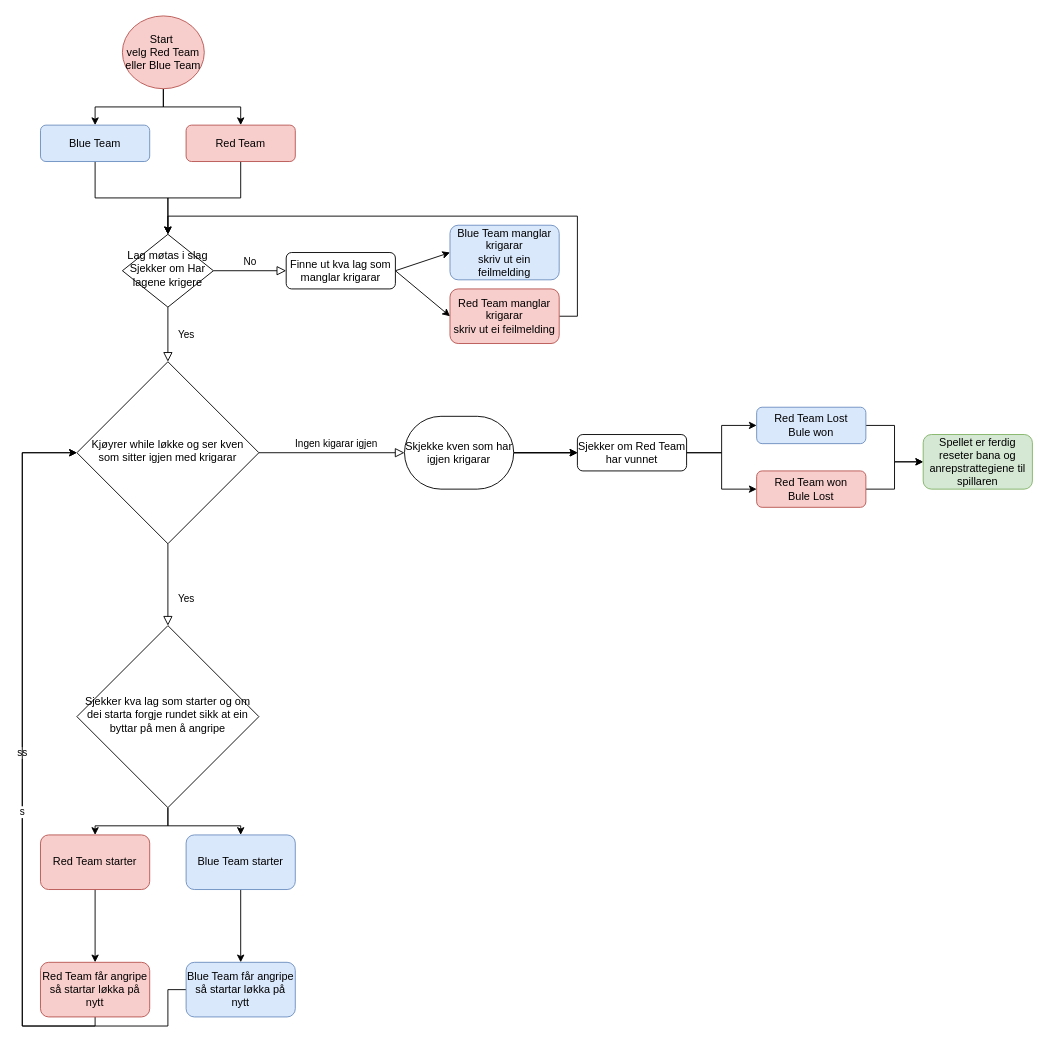
The draw.io diagram page "War game overlaying structure" (1 of 2) of Let_the_War_begin/Flytdiagram/Untitled Diagram.drawio in Newtexas28/IT1, before the edit. Source tidied: cells renumbered, new cells numbered last; positions are measured from the earlier drawing's top-left corner, leaving out a move shared by most shapes. Both pictures are drawn from the tidied source at 91%, with x=0, y=0 at pixel (22, 15).
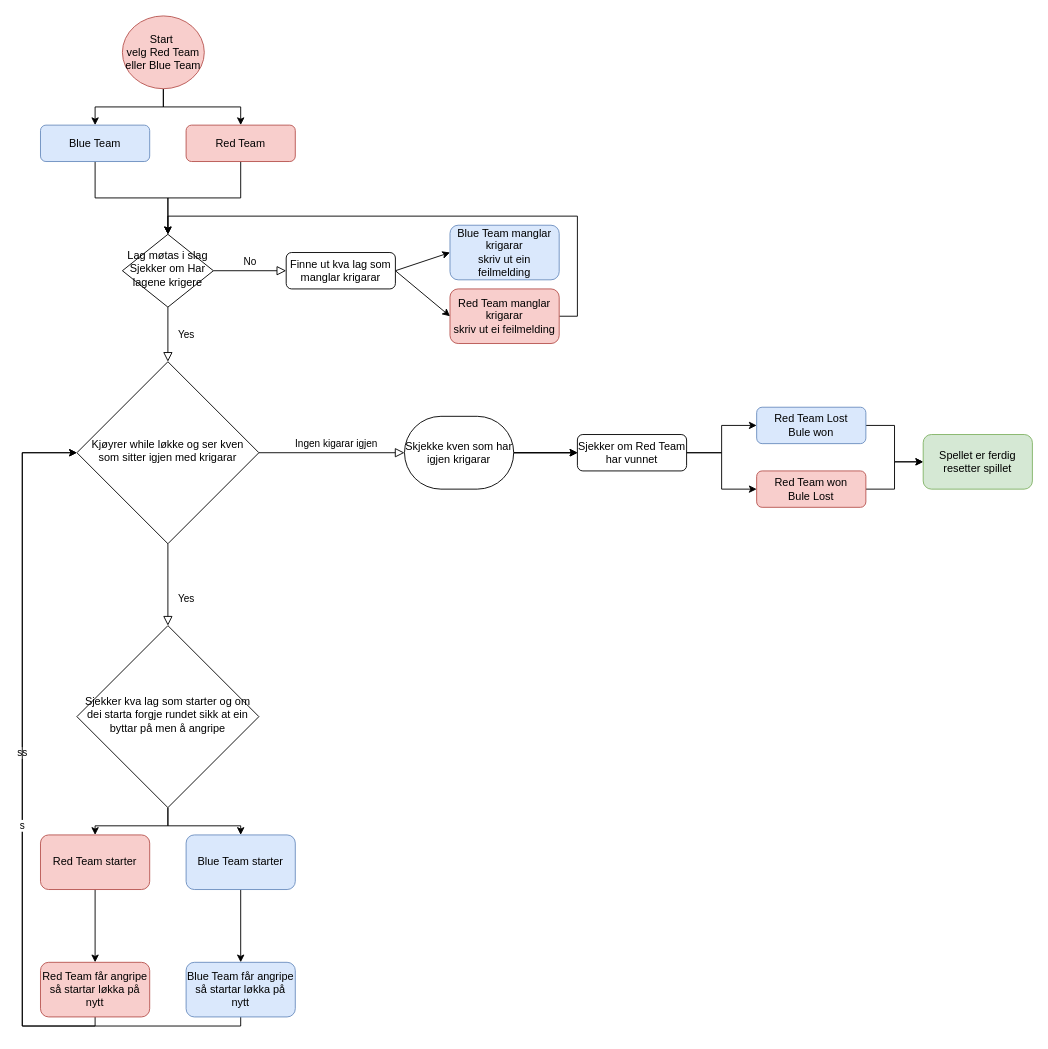
The same diagram, later.

Unchanged cells that the change refers to:
```xml
<mxCell id="33" value="Kjøyrer while løkke og ser kven som sitter igjen med krigarar" style="rhombus;whiteSpace=wrap;html=1;shadow=0;fontFamily=Helvetica;fontSize=12;align=center;strokeWidth=1;spacing=6;spacingTop=-4;" parent="1" vertex="1">
  <mxGeometry x="60" y="380" width="200" height="200" as="geometry" />
</mxCell>
<mxCell id="42" value="Blue Team får angripe&lt;br style=&quot;border-color: var(--border-color);&quot;&gt;så startar løkka på nytt" style="rounded=1;whiteSpace=wrap;html=1;fillColor=#dae8fc;strokeColor=#6c8ebf;" parent="1" vertex="1">
  <mxGeometry x="180" y="1040" width="120" height="60" as="geometry" />
</mxCell>
```

Diff of the diagram source:
```diff
@@
-    <mxCell id="41" value="s" style="edgeStyle=orthogonalEdgeStyle;rounded=0;jettySize=auto;html=1;exitX=0;exitY=0.5;exitDx=0;exitDy=0;entryX=0;entryY=0.5;entryDx=0;entryDy=0;" parent="1" edge="1" source="42" target="33">
+    <mxCell id="41" value="s" style="edgeStyle=orthogonalEdgeStyle;rounded=0;jettySize=auto;html=1;exitX=0.5;exitY=1;exitDx=0;exitDy=0;entryX=0;entryY=0.5;entryDx=0;entryDy=0;" parent="1" edge="1" source="42" target="33">
       <mxGeometry relative="1" as="geometry">
         <Array as="points">
-          <mxPoint x="160" y="1070" />
-          <mxPoint x="160" y="1110" />
+          <mxPoint x="240" y="1110" />
           <mxPoint y="1110" />
           <mxPoint y="480" />
         </Array>
       </mxGeometry>
     </mxCell>
@@
-    <mxCell id="43" value="Spellet er ferdig reseter bana og anrepstrattegiene til spillaren" style="rounded=1;whiteSpace=wrap;html=1;fillColor=#d5e8d4;strokeColor=#82b366;" parent="1" vertex="1">
+    <mxCell id="43" value="Spellet er ferdig resetter spillet" style="rounded=1;whiteSpace=wrap;html=1;fillColor=#d5e8d4;strokeColor=#82b366;" parent="1" vertex="1">
       <mxGeometry x="990" y="460" width="120" height="60" as="geometry" />
     </mxCell>
```
